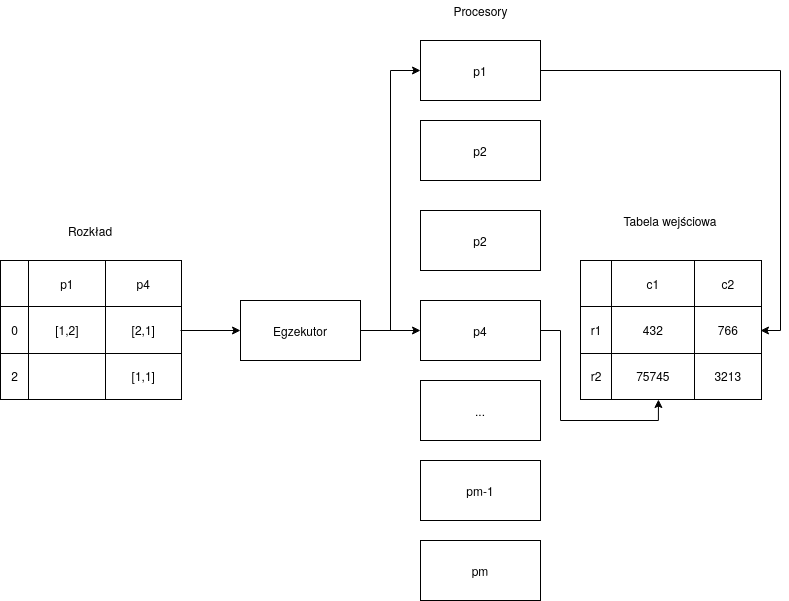
Earlier version of the draw.io export fig/executor.png (ksazon/mgr). Source tidied: cells renumbered, new cells last; positions are measured from the earlier drawing's top-left corner, leaving out a move shared by most shapes.
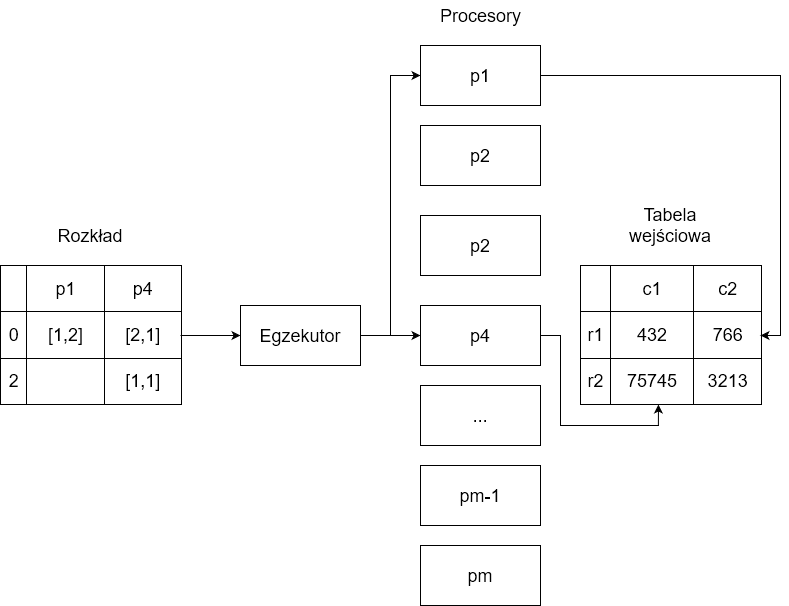
The same file after the commit.

What changed in the source:
```diff
@@ -2,58 +2,58 @@
   <root>
     <mxCell id="0" />
     <mxCell id="1" parent="0" />
-    <mxCell id="2" value="&lt;table style=&quot;width: 100% ; height: 100% ; border-collapse: collapse&quot; width=&quot;100%&quot; border=&quot;1&quot;&gt;&lt;tbody&gt;&lt;tr&gt;&lt;td align=&quot;center&quot;&gt;&lt;br&gt;&lt;/td&gt;&lt;td align=&quot;center&quot;&gt;c1&lt;br&gt;&lt;/td&gt;&lt;td align=&quot;center&quot;&gt;c2&lt;br&gt;&lt;/td&gt;&lt;/tr&gt;&lt;tr&gt;&lt;td align=&quot;center&quot;&gt;r1&lt;br&gt;&lt;/td&gt;&lt;td align=&quot;center&quot;&gt;432&lt;br&gt;&lt;/td&gt;&lt;td align=&quot;center&quot;&gt;766&lt;/td&gt;&lt;/tr&gt;&lt;tr&gt;&lt;td align=&quot;center&quot;&gt;r2&lt;br&gt;&lt;/td&gt;&lt;td align=&quot;center&quot;&gt;75745&lt;br&gt;&lt;/td&gt;&lt;td align=&quot;center&quot;&gt;3213&lt;br&gt;&lt;/td&gt;&lt;/tr&gt;&lt;/tbody&gt;&lt;/table&gt;" style="text;html=1;strokeColor=none;fillColor=none;overflow=fill;" parent="1" vertex="1">
+    <mxCell id="2" value="&lt;table style=&quot;width: 100%; height: 100%; border-collapse: collapse; font-size: 18px;&quot; width=&quot;100%&quot; border=&quot;1&quot;&gt;&lt;tbody style=&quot;font-size: 18px;&quot;&gt;&lt;tr style=&quot;font-size: 18px;&quot;&gt;&lt;td style=&quot;font-size: 18px;&quot; align=&quot;center&quot;&gt;&lt;br style=&quot;font-size: 18px;&quot;&gt;&lt;/td&gt;&lt;td style=&quot;font-size: 18px;&quot; align=&quot;center&quot;&gt;c1&lt;br style=&quot;font-size: 18px;&quot;&gt;&lt;/td&gt;&lt;td style=&quot;font-size: 18px;&quot; align=&quot;center&quot;&gt;c2&lt;br style=&quot;font-size: 18px;&quot;&gt;&lt;/td&gt;&lt;/tr&gt;&lt;tr style=&quot;font-size: 18px;&quot;&gt;&lt;td style=&quot;font-size: 18px;&quot; align=&quot;center&quot;&gt;r1&lt;br style=&quot;font-size: 18px;&quot;&gt;&lt;/td&gt;&lt;td style=&quot;font-size: 18px;&quot; align=&quot;center&quot;&gt;432&lt;br style=&quot;font-size: 18px;&quot;&gt;&lt;/td&gt;&lt;td style=&quot;font-size: 18px;&quot; align=&quot;center&quot;&gt;766&lt;/td&gt;&lt;/tr&gt;&lt;tr style=&quot;font-size: 18px;&quot;&gt;&lt;td style=&quot;font-size: 18px;&quot; align=&quot;center&quot;&gt;r2&lt;br style=&quot;font-size: 18px;&quot;&gt;&lt;/td&gt;&lt;td style=&quot;font-size: 18px;&quot; align=&quot;center&quot;&gt;75745&lt;br style=&quot;font-size: 18px;&quot;&gt;&lt;/td&gt;&lt;td style=&quot;font-size: 18px;&quot; align=&quot;center&quot;&gt;3213&lt;br style=&quot;font-size: 18px;&quot;&gt;&lt;/td&gt;&lt;/tr&gt;&lt;/tbody&gt;&lt;/table&gt;" style="text;html=1;strokeColor=none;fillColor=none;overflow=fill;fontSize=18;" parent="1" vertex="1">
       <mxGeometry x="580" y="260" width="180" height="140" as="geometry" />
     </mxCell>
-    <mxCell id="3" style="edgeStyle=orthogonalEdgeStyle;rounded=0;jettySize=auto;html=1;entryX=0;entryY=0.5;entryDx=0;entryDy=0;" parent="1" edge="1" source="4" target="7">
+    <mxCell id="3" style="edgeStyle=orthogonalEdgeStyle;rounded=0;jettySize=auto;html=1;entryX=0;entryY=0.5;entryDx=0;entryDy=0;fontSize=18;" parent="1" edge="1" source="4" target="7">
       <mxGeometry relative="1" as="geometry" />
     </mxCell>
-    <mxCell id="4" value="&lt;table style=&quot;width: 100% ; height: 100% ; border-collapse: collapse&quot; width=&quot;100%&quot; border=&quot;1&quot;&gt;&lt;tbody&gt;&lt;tr&gt;&lt;td align=&quot;center&quot;&gt;&lt;br&gt;&lt;/td&gt;&lt;td align=&quot;center&quot;&gt;p1&lt;/td&gt;&lt;td align=&quot;center&quot;&gt;p4&lt;/td&gt;&lt;/tr&gt;&lt;tr&gt;&lt;td align=&quot;center&quot;&gt;0&lt;br&gt;&lt;/td&gt;&lt;td align=&quot;center&quot;&gt;[1,2]&lt;/td&gt;&lt;td align=&quot;center&quot;&gt;[2,1]&lt;br&gt;&lt;/td&gt;&lt;/tr&gt;&lt;tr&gt;&lt;td align=&quot;center&quot;&gt;2&lt;br&gt;&lt;/td&gt;&lt;td align=&quot;center&quot;&gt;&lt;br&gt;&lt;/td&gt;&lt;td align=&quot;center&quot;&gt;[1,1]&lt;/td&gt;&lt;/tr&gt;&lt;/tbody&gt;&lt;/table&gt;" style="text;html=1;strokeColor=none;fillColor=none;overflow=fill;" parent="1" vertex="1">
+    <mxCell id="4" value="&lt;table style=&quot;width: 100%; height: 100%; border-collapse: collapse; font-size: 18px;&quot; width=&quot;100%&quot; border=&quot;1&quot;&gt;&lt;tbody style=&quot;font-size: 18px;&quot;&gt;&lt;tr style=&quot;font-size: 18px;&quot;&gt;&lt;td style=&quot;font-size: 18px;&quot; align=&quot;center&quot;&gt;&lt;br style=&quot;font-size: 18px;&quot;&gt;&lt;/td&gt;&lt;td style=&quot;font-size: 18px;&quot; align=&quot;center&quot;&gt;p1&lt;/td&gt;&lt;td style=&quot;font-size: 18px;&quot; align=&quot;center&quot;&gt;p4&lt;/td&gt;&lt;/tr&gt;&lt;tr style=&quot;font-size: 18px;&quot;&gt;&lt;td style=&quot;font-size: 18px;&quot; align=&quot;center&quot;&gt;0&lt;br style=&quot;font-size: 18px;&quot;&gt;&lt;/td&gt;&lt;td style=&quot;font-size: 18px;&quot; align=&quot;center&quot;&gt;[1,2]&lt;/td&gt;&lt;td style=&quot;font-size: 18px;&quot; align=&quot;center&quot;&gt;[2,1]&lt;br style=&quot;font-size: 18px;&quot;&gt;&lt;/td&gt;&lt;/tr&gt;&lt;tr style=&quot;font-size: 18px;&quot;&gt;&lt;td style=&quot;font-size: 18px;&quot; align=&quot;center&quot;&gt;2&lt;br style=&quot;font-size: 18px;&quot;&gt;&lt;/td&gt;&lt;td style=&quot;font-size: 18px;&quot; align=&quot;center&quot;&gt;&lt;br style=&quot;font-size: 18px;&quot;&gt;&lt;/td&gt;&lt;td style=&quot;font-size: 18px;&quot; align=&quot;center&quot;&gt;[1,1]&lt;/td&gt;&lt;/tr&gt;&lt;/tbody&gt;&lt;/table&gt;" style="text;html=1;strokeColor=none;fillColor=none;overflow=fill;fontSize=18;" parent="1" vertex="1">
       <mxGeometry y="260" width="180" height="140" as="geometry" />
     </mxCell>
-    <mxCell id="5" style="edgeStyle=orthogonalEdgeStyle;rounded=0;jettySize=auto;html=1;entryX=0;entryY=0.5;entryDx=0;entryDy=0;" parent="1" edge="1" source="7" target="16">
+    <mxCell id="5" style="edgeStyle=orthogonalEdgeStyle;rounded=0;jettySize=auto;html=1;entryX=0;entryY=0.5;entryDx=0;entryDy=0;fontSize=18;" parent="1" edge="1" source="7" target="16">
       <mxGeometry relative="1" as="geometry" />
     </mxCell>
-    <mxCell id="6" style="edgeStyle=orthogonalEdgeStyle;rounded=0;jettySize=auto;html=1;" parent="1" edge="1" source="7" target="9">
+    <mxCell id="6" style="edgeStyle=orthogonalEdgeStyle;rounded=0;jettySize=auto;html=1;fontSize=18;" parent="1" edge="1" source="7" target="9">
       <mxGeometry relative="1" as="geometry" />
     </mxCell>
-    <mxCell id="7" value="Egzekutor" style="rounded=0;whiteSpace=wrap;html=1;" parent="1" vertex="1">
+    <mxCell id="7" value="Egzekutor" style="rounded=0;whiteSpace=wrap;html=1;fontSize=18;" parent="1" vertex="1">
       <mxGeometry x="240" y="300" width="120" height="60" as="geometry" />
     </mxCell>
-    <mxCell id="8" style="edgeStyle=orthogonalEdgeStyle;rounded=0;jettySize=auto;html=1;entryX=0.433;entryY=0.993;entryDx=0;entryDy=0;entryPerimeter=0;" parent="1" edge="1" source="9" target="2">
+    <mxCell id="8" style="edgeStyle=orthogonalEdgeStyle;rounded=0;jettySize=auto;html=1;entryX=0.433;entryY=0.993;entryDx=0;entryDy=0;entryPerimeter=0;fontSize=18;" parent="1" edge="1" source="9" target="2">
       <mxGeometry relative="1" as="geometry" />
     </mxCell>
-    <mxCell id="9" value="p4" style="rounded=0;whiteSpace=wrap;html=1;" parent="1" vertex="1">
+    <mxCell id="9" value="p4" style="rounded=0;whiteSpace=wrap;html=1;fontSize=18;" parent="1" vertex="1">
       <mxGeometry x="420" y="300" width="120" height="60" as="geometry" />
     </mxCell>
-    <mxCell id="10" value="p2" style="rounded=0;whiteSpace=wrap;html=1;" parent="1" vertex="1">
+    <mxCell id="10" value="p2" style="rounded=0;whiteSpace=wrap;html=1;fontSize=18;" parent="1" vertex="1">
       <mxGeometry x="420" y="210" width="120" height="60" as="geometry" />
     </mxCell>
-    <mxCell id="11" value="p2" style="rounded=0;whiteSpace=wrap;html=1;" parent="1" vertex="1">
+    <mxCell id="11" value="p2" style="rounded=0;whiteSpace=wrap;html=1;fontSize=18;" parent="1" vertex="1">
       <mxGeometry x="420" y="120" width="120" height="60" as="geometry" />
     </mxCell>
-    <mxCell id="12" value="..." style="rounded=0;whiteSpace=wrap;html=1;" parent="1" vertex="1">
+    <mxCell id="12" value="..." style="rounded=0;whiteSpace=wrap;html=1;fontSize=18;" parent="1" vertex="1">
       <mxGeometry x="420" y="380" width="120" height="60" as="geometry" />
     </mxCell>
-    <mxCell id="13" value="pm-1" style="rounded=0;whiteSpace=wrap;html=1;" parent="1" vertex="1">
+    <mxCell id="13" value="pm-1" style="rounded=0;whiteSpace=wrap;html=1;fontSize=18;" parent="1" vertex="1">
       <mxGeometry x="420" y="460" width="120" height="60" as="geometry" />
     </mxCell>
-    <mxCell id="14" value="pm" style="rounded=0;whiteSpace=wrap;html=1;" parent="1" vertex="1">
+    <mxCell id="14" value="pm" style="rounded=0;whiteSpace=wrap;html=1;fontSize=18;" parent="1" vertex="1">
       <mxGeometry x="420" y="540" width="120" height="60" as="geometry" />
     </mxCell>
-    <mxCell id="15" style="edgeStyle=orthogonalEdgeStyle;rounded=0;jettySize=auto;html=1;entryX=1;entryY=0.5;entryDx=0;entryDy=0;" parent="1" edge="1" source="16" target="2">
+    <mxCell id="15" style="edgeStyle=orthogonalEdgeStyle;rounded=0;jettySize=auto;html=1;entryX=1;entryY=0.5;entryDx=0;entryDy=0;fontSize=18;" parent="1" edge="1" source="16" target="2">
       <mxGeometry relative="1" as="geometry" />
     </mxCell>
-    <mxCell id="16" value="p1" style="rounded=0;whiteSpace=wrap;html=1;" parent="1" vertex="1">
+    <mxCell id="16" value="p1" style="rounded=0;whiteSpace=wrap;html=1;fontSize=18;" parent="1" vertex="1">
       <mxGeometry x="420" y="40" width="120" height="60" as="geometry" />
     </mxCell>
-    <mxCell id="17" value="Rozkład" style="text;html=1;strokeColor=none;fillColor=none;align=center;verticalAlign=middle;whiteSpace=wrap;rounded=0;" parent="1" vertex="1">
+    <mxCell id="17" value="Rozkład" style="text;html=1;strokeColor=none;fillColor=none;align=center;verticalAlign=middle;whiteSpace=wrap;rounded=0;fontSize=18;" parent="1" vertex="1">
       <mxGeometry x="70" y="220" width="40" height="20" as="geometry" />
     </mxCell>
-    <mxCell id="18" value="Procesory" style="text;html=1;align=center;verticalAlign=middle;" parent="1" vertex="1">
-      <mxGeometry x="445" width="70" height="20" as="geometry" />
+    <mxCell id="18" value="Procesory" style="text;html=1;align=center;verticalAlign=middle;fontSize=18;" parent="1" vertex="1">
+      <mxGeometry x="430" y="-5" width="100" height="30" as="geometry" />
     </mxCell>
-    <mxCell id="19" value="Tabela wejściowa" style="text;html=1;strokeColor=none;fillColor=none;align=center;verticalAlign=middle;whiteSpace=wrap;rounded=0;" parent="1" vertex="1">
+    <mxCell id="19" value="Tabela wejściowa" style="text;html=1;strokeColor=none;fillColor=none;align=center;verticalAlign=middle;whiteSpace=wrap;rounded=0;fontSize=18;" parent="1" vertex="1">
       <mxGeometry x="620" y="210" width="100" height="20" as="geometry" />
     </mxCell>
   </root>
```
